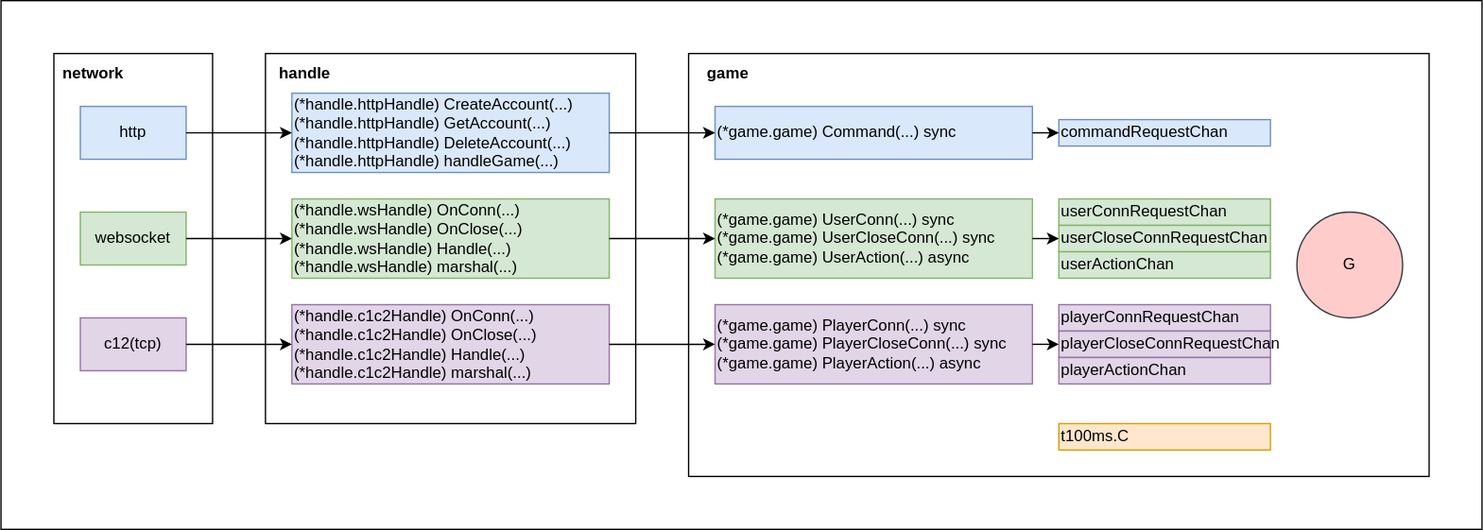
Above: src/server-game/game.drawio.svg in xujintao/balgass (draw.io), before the change. Source tidied: cells renumbered, new cells last; positions are measured from the earlier drawing's top-left corner, leaving out a move shared by most shapes.
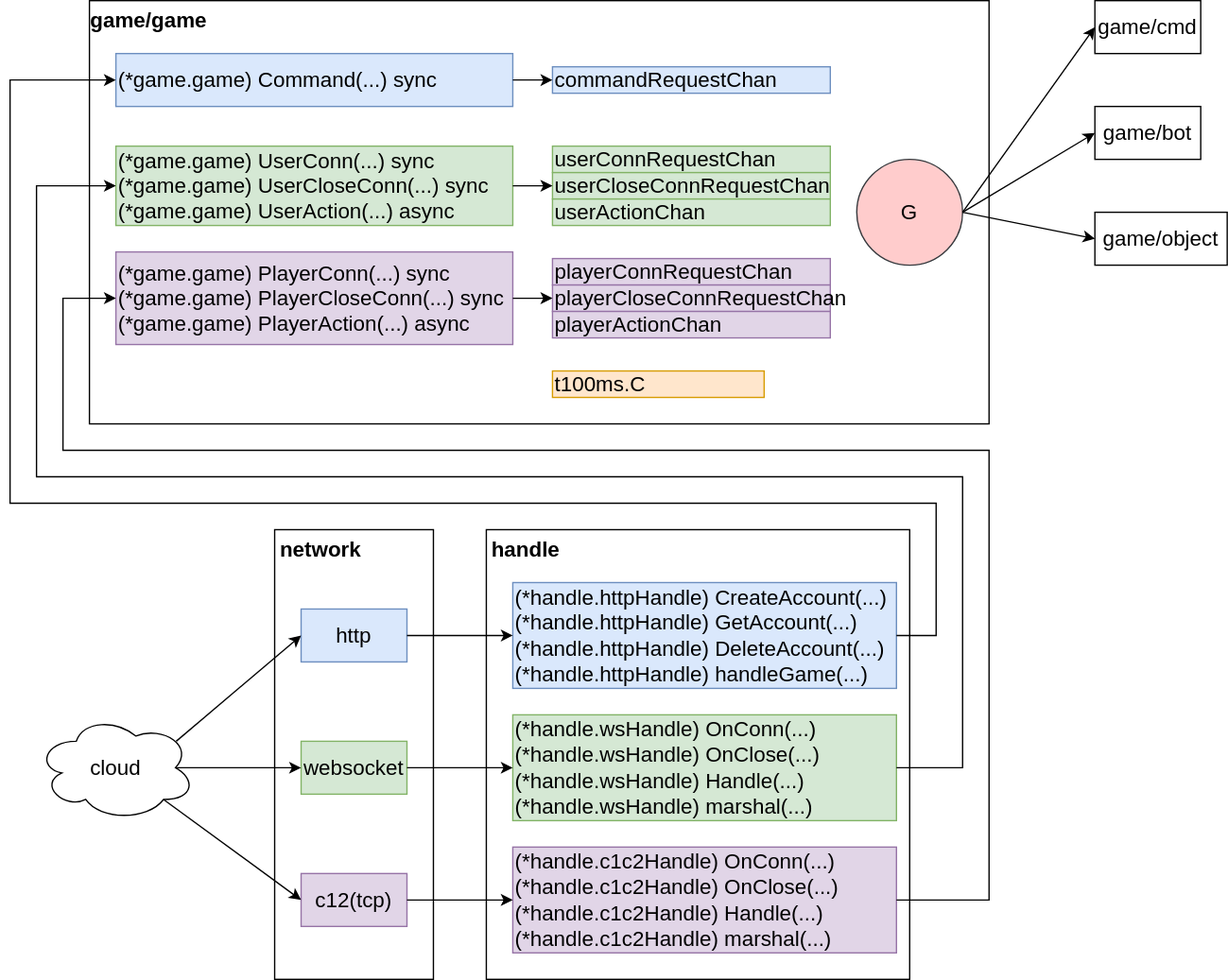
After the change.

Commit message:
server-game/chore: update drawio files

Change to the diagram source:
```diff
@@ -2,107 +2,157 @@
   <root>
     <mxCell id="0" />
     <mxCell id="1" parent="0" />
-    <mxCell id="2" style="rounded=0;whiteSpace=wrap;html=1;fillColor=none;" parent="1" vertex="1">
-      <mxGeometry width="1120" height="400" as="geometry" />
-    </mxCell>
-    <mxCell id="3" style="rounded=0;whiteSpace=wrap;html=1;" parent="1" vertex="1">
-      <mxGeometry x="520" y="40" width="560" height="320" as="geometry" />
+    <mxCell id="3" style="rounded=0;whiteSpace=wrap;html=1;fontSize=16;fontStyle=0;fillColor=none;" parent="1" vertex="1">
+      <mxGeometry x="95" y="-150" width="680" height="320" as="geometry" />
     </mxCell>
-    <mxCell id="4" style="rounded=0;whiteSpace=wrap;html=1;" parent="1" vertex="1">
-      <mxGeometry x="200" y="40" width="280" height="280" as="geometry" />
+    <mxCell id="4" style="rounded=0;whiteSpace=wrap;html=1;fontSize=16;fontStyle=0;fillColor=none;" parent="1" vertex="1">
+      <mxGeometry x="395" y="250" width="320" height="340" as="geometry" />
     </mxCell>
-    <mxCell id="5" style="rounded=0;whiteSpace=wrap;html=1;" parent="1" vertex="1">
-      <mxGeometry x="40" y="40" width="120" height="280" as="geometry" />
+    <mxCell id="5" style="rounded=0;whiteSpace=wrap;html=1;fontSize=16;fontStyle=0;fillColor=none;" parent="1" vertex="1">
+      <mxGeometry x="235" y="250" width="120" height="340" as="geometry" />
     </mxCell>
-    <mxCell id="6" value="http" style="rounded=0;whiteSpace=wrap;html=1;fillColor=#dae8fc;strokeColor=#6c8ebf;" parent="1" vertex="1">
-      <mxGeometry x="60" y="80" width="80" height="40" as="geometry" />
+    <mxCell id="6" value="http" style="rounded=0;whiteSpace=wrap;html=1;fillColor=#dae8fc;strokeColor=#6c8ebf;fontSize=16;fontStyle=0;" parent="1" vertex="1">
+      <mxGeometry x="255" y="310" width="80" height="40" as="geometry" />
     </mxCell>
-    <mxCell id="7" value="websocket" style="rounded=0;whiteSpace=wrap;html=1;fillColor=#d5e8d4;strokeColor=#82b366;" parent="1" vertex="1">
-      <mxGeometry x="60" y="160" width="80" height="40" as="geometry" />
+    <mxCell id="7" value="websocket" style="rounded=0;whiteSpace=wrap;html=1;fillColor=#d5e8d4;strokeColor=#82b366;fontSize=16;fontStyle=0;" parent="1" vertex="1">
+      <mxGeometry x="255" y="410" width="80" height="40" as="geometry" />
     </mxCell>
-    <mxCell id="8" value="c12(tcp)" style="rounded=0;whiteSpace=wrap;html=1;fillColor=#e1d5e7;strokeColor=#9673a6;" parent="1" vertex="1">
-      <mxGeometry x="60" y="240" width="80" height="40" as="geometry" />
+    <mxCell id="8" value="c12(tcp)" style="rounded=0;whiteSpace=wrap;html=1;fillColor=#e1d5e7;strokeColor=#9673a6;fontSize=16;fontStyle=0;" parent="1" vertex="1">
+      <mxGeometry x="255" y="510" width="80" height="40" as="geometry" />
     </mxCell>
-    <mxCell id="9" value="(*handle.httpHandle) CreateAccount(...)&lt;div&gt;(*handle.httpHandle) GetAccount(...)&lt;/div&gt;&lt;div&gt;(*handle.httpHandle) DeleteAccount(...)&lt;/div&gt;&lt;div&gt;(*handle.httpHandle) handleGame(...)&lt;/div&gt;" style="rounded=0;whiteSpace=wrap;html=1;align=left;fillColor=#dae8fc;strokeColor=#6c8ebf;" parent="1" vertex="1">
-      <mxGeometry x="220" y="70" width="240" height="60" as="geometry" />
+    <mxCell id="9" value="(*handle.httpHandle) CreateAccount(...)&lt;div&gt;(*handle.httpHandle) GetAccount(...)&lt;/div&gt;&lt;div&gt;(*handle.httpHandle) DeleteAccount(...)&lt;/div&gt;&lt;div&gt;(*handle.httpHandle) handleGame(...)&lt;/div&gt;" style="rounded=0;whiteSpace=wrap;html=1;align=left;fillColor=#dae8fc;strokeColor=#6c8ebf;fontSize=16;fontStyle=0;" parent="1" vertex="1">
+      <mxGeometry x="415" y="290" width="290" height="80" as="geometry" />
     </mxCell>
-    <mxCell id="10" value="&lt;div&gt;(*handle.wsHandle) OnConn(...)&lt;/div&gt;&lt;div&gt;(*handle.wsHandle) OnClose(...)&lt;/div&gt;&lt;div&gt;(*handle.wsHandle) Handle(...)&lt;/div&gt;&lt;div&gt;(*handle.wsHandle) marshal(...)&lt;/div&gt;" style="rounded=0;whiteSpace=wrap;html=1;align=left;fillColor=#d5e8d4;strokeColor=#82b366;" parent="1" vertex="1">
-      <mxGeometry x="220" y="150" width="240" height="60" as="geometry" />
+    <mxCell id="10" value="&lt;div&gt;(*handle.wsHandle) OnConn(...)&lt;/div&gt;&lt;div&gt;(*handle.wsHandle) OnClose(...)&lt;/div&gt;&lt;div&gt;(*handle.wsHandle) Handle(...)&lt;/div&gt;&lt;div&gt;(*handle.wsHandle) marshal(...)&lt;/div&gt;" style="rounded=0;whiteSpace=wrap;html=1;align=left;fillColor=#d5e8d4;strokeColor=#82b366;fontSize=16;fontStyle=0;" parent="1" vertex="1">
+      <mxGeometry x="415" y="390" width="290" height="80" as="geometry" />
     </mxCell>
-    <mxCell id="11" value="&lt;div&gt;(*handle.c1c2Handle) OnConn(...)&lt;/div&gt;&lt;div&gt;&lt;div&gt;(*handle.c1c2Handle) OnClose(...)&lt;/div&gt;&lt;/div&gt;&lt;div&gt;(*handle.c1c2Handle) Handle(...)&lt;/div&gt;&lt;div&gt;&lt;div&gt;&lt;span style=&quot;background-color: transparent; color: light-dark(rgb(0, 0, 0), rgb(255, 255, 255));&quot;&gt;(*handle.c1c2Handle) marshal(...)&lt;/span&gt;&lt;/div&gt;&lt;/div&gt;" style="rounded=0;whiteSpace=wrap;html=1;align=left;fillColor=#e1d5e7;strokeColor=#9673a6;" parent="1" vertex="1">
-      <mxGeometry x="220" y="230" width="240" height="60" as="geometry" />
+    <mxCell id="11" value="&lt;div&gt;(*handle.c1c2Handle) OnConn(...)&lt;/div&gt;&lt;div&gt;&lt;div&gt;(*handle.c1c2Handle) OnClose(...)&lt;/div&gt;&lt;/div&gt;&lt;div&gt;(*handle.c1c2Handle) Handle(...)&lt;/div&gt;&lt;div&gt;&lt;div&gt;&lt;span style=&quot;background-color: transparent; color: light-dark(rgb(0, 0, 0), rgb(255, 255, 255));&quot;&gt;(*handle.c1c2Handle) marshal(...)&lt;/span&gt;&lt;/div&gt;&lt;/div&gt;" style="rounded=0;whiteSpace=wrap;html=1;align=left;fillColor=#e1d5e7;strokeColor=#9673a6;fontSize=16;fontStyle=0;" parent="1" vertex="1">
+      <mxGeometry x="415" y="490" width="290" height="80" as="geometry" />
     </mxCell>
-    <mxCell id="12" value="network" style="text;html=1;whiteSpace=wrap;strokeColor=none;fillColor=none;align=center;verticalAlign=middle;rounded=0;fontStyle=1;" parent="1" vertex="1">
-      <mxGeometry x="40" y="40" width="60" height="30" as="geometry" />
+    <mxCell id="12" value="network" style="text;html=1;whiteSpace=wrap;strokeColor=none;fillColor=none;align=center;verticalAlign=middle;rounded=0;fontStyle=1;fontSize=16;" parent="1" vertex="1">
+      <mxGeometry x="235" y="250" width="70" height="30" as="geometry" />
     </mxCell>
-    <mxCell id="13" value="handle" style="text;html=1;whiteSpace=wrap;strokeColor=none;fillColor=none;align=center;verticalAlign=middle;rounded=0;fontStyle=1;" parent="1" vertex="1">
-      <mxGeometry x="200" y="40" width="60" height="30" as="geometry" />
+    <mxCell id="13" value="handle" style="text;html=1;whiteSpace=wrap;strokeColor=none;fillColor=none;align=center;verticalAlign=middle;rounded=0;fontStyle=1;fontSize=16;" parent="1" vertex="1">
+      <mxGeometry x="395" y="250" width="60" height="30" as="geometry" />
     </mxCell>
-    <mxCell id="14" value="(*game.game) Command(...) sync" style="rounded=0;whiteSpace=wrap;html=1;align=left;fillColor=#dae8fc;strokeColor=#6c8ebf;" parent="1" vertex="1">
-      <mxGeometry x="540" y="80" width="240" height="40" as="geometry" />
+    <mxCell id="14" value="(*game.game) Command(...) sync" style="rounded=0;whiteSpace=wrap;html=1;align=left;fillColor=#dae8fc;strokeColor=#6c8ebf;fontSize=16;fontStyle=0;" parent="1" vertex="1">
+      <mxGeometry x="115" y="-110" width="300" height="40" as="geometry" />
     </mxCell>
-    <mxCell id="15" value="(*game.game) UserConn(...) sync&lt;div&gt;(*game.game) UserCloseConn(...) sync&lt;/div&gt;&lt;div&gt;(*game.game) UserAction(...) async&lt;/div&gt;" style="rounded=0;whiteSpace=wrap;html=1;align=left;fillColor=#d5e8d4;strokeColor=#82b366;" parent="1" vertex="1">
-      <mxGeometry x="540" y="150" width="240" height="60" as="geometry" />
+    <mxCell id="15" value="(*game.game) UserConn(...) sync&lt;div&gt;(*game.game) UserCloseConn(...) sync&lt;/div&gt;&lt;div&gt;(*game.game) UserAction(...) async&lt;/div&gt;" style="rounded=0;whiteSpace=wrap;html=1;align=left;fillColor=#d5e8d4;strokeColor=#82b366;fontSize=16;fontStyle=0;" parent="1" vertex="1">
+      <mxGeometry x="115" y="-40" width="300" height="60" as="geometry" />
     </mxCell>
-    <mxCell id="16" value="(*game.game) PlayerConn(...) sync&lt;div&gt;(*game.game) PlayerCloseConn(...) sync&lt;/div&gt;&lt;div&gt;(*game.game) PlayerAction(...) async&lt;/div&gt;" style="rounded=0;whiteSpace=wrap;html=1;align=left;fillColor=#e1d5e7;strokeColor=#9673a6;" parent="1" vertex="1">
-      <mxGeometry x="540" y="230" width="240" height="60" as="geometry" />
+    <mxCell id="16" value="(*game.game) PlayerConn(...) sync&lt;div&gt;(*game.game) PlayerCloseConn(...) sync&lt;/div&gt;&lt;div&gt;(*game.game) PlayerAction(...) async&lt;/div&gt;" style="rounded=0;whiteSpace=wrap;html=1;align=left;fillColor=#e1d5e7;strokeColor=#9673a6;fontSize=16;fontStyle=0;" parent="1" vertex="1">
+      <mxGeometry x="115" y="40" width="300" height="70" as="geometry" />
     </mxCell>
-    <mxCell id="17" value="game" style="text;html=1;whiteSpace=wrap;strokeColor=none;fillColor=none;align=center;verticalAlign=middle;rounded=0;fontStyle=1;" parent="1" vertex="1">
-      <mxGeometry x="520" y="40" width="60" height="30" as="geometry" />
+    <mxCell id="17" value="game/game" style="text;html=1;whiteSpace=wrap;strokeColor=none;fillColor=none;align=center;verticalAlign=middle;rounded=0;fontStyle=1;fontSize=16;" parent="1" vertex="1">
+      <mxGeometry x="105" y="-150" width="70" height="30" as="geometry" />
     </mxCell>
-    <mxCell id="18" value="commandRequestChan" style="rounded=0;whiteSpace=wrap;html=1;align=left;fillColor=#dae8fc;strokeColor=#6c8ebf;" parent="1" vertex="1">
-      <mxGeometry x="800" y="90" width="160" height="20" as="geometry" />
+    <mxCell id="18" value="commandRequestChan" style="rounded=0;whiteSpace=wrap;html=1;align=left;fillColor=#dae8fc;strokeColor=#6c8ebf;fontSize=16;fontStyle=0;" parent="1" vertex="1">
+      <mxGeometry x="445" y="-100" width="210" height="20" as="geometry" />
     </mxCell>
-    <mxCell id="19" value="userConnRequestChan" style="rounded=0;whiteSpace=wrap;html=1;align=left;fillColor=#d5e8d4;strokeColor=#82b366;" parent="1" vertex="1">
-      <mxGeometry x="800" y="150" width="160" height="20" as="geometry" />
+    <mxCell id="19" value="userConnRequestChan" style="rounded=0;whiteSpace=wrap;html=1;align=left;fillColor=#d5e8d4;strokeColor=#82b366;fontSize=16;fontStyle=0;" parent="1" vertex="1">
+      <mxGeometry x="445" y="-40" width="210" height="20" as="geometry" />
     </mxCell>
-    <mxCell id="20" value="userCloseConnRequestChan" style="rounded=0;whiteSpace=wrap;html=1;align=left;fillColor=#d5e8d4;strokeColor=#82b366;" parent="1" vertex="1">
-      <mxGeometry x="800" y="170" width="160" height="20" as="geometry" />
+    <mxCell id="20" value="userCloseConnRequestChan" style="rounded=0;whiteSpace=wrap;html=1;align=left;fillColor=#d5e8d4;strokeColor=#82b366;fontSize=16;fontStyle=0;" parent="1" vertex="1">
+      <mxGeometry x="445" y="-20" width="210" height="20" as="geometry" />
     </mxCell>
-    <mxCell id="21" value="userActionChan" style="rounded=0;whiteSpace=wrap;html=1;align=left;fillColor=#d5e8d4;strokeColor=#82b366;" parent="1" vertex="1">
-      <mxGeometry x="800" y="190" width="160" height="20" as="geometry" />
+    <mxCell id="21" value="userActionChan" style="rounded=0;whiteSpace=wrap;html=1;align=left;fillColor=#d5e8d4;strokeColor=#82b366;fontSize=16;fontStyle=0;" parent="1" vertex="1">
+      <mxGeometry x="445" width="210" height="20" as="geometry" />
     </mxCell>
-    <mxCell id="22" value="playerConnRequestChan" style="rounded=0;whiteSpace=wrap;html=1;align=left;fillColor=#e1d5e7;strokeColor=#9673a6;" parent="1" vertex="1">
-      <mxGeometry x="800" y="230" width="160" height="20" as="geometry" />
+    <mxCell id="22" value="playerConnRequestChan" style="rounded=0;whiteSpace=wrap;html=1;align=left;fillColor=#e1d5e7;strokeColor=#9673a6;fontSize=16;fontStyle=0;" parent="1" vertex="1">
+      <mxGeometry x="445" y="45" width="210" height="20" as="geometry" />
     </mxCell>
-    <mxCell id="23" value="playerCloseConnRequestChan" style="rounded=0;whiteSpace=wrap;html=1;align=left;fillColor=#e1d5e7;strokeColor=#9673a6;" parent="1" vertex="1">
-      <mxGeometry x="800" y="250" width="160" height="20" as="geometry" />
+    <mxCell id="23" value="playerCloseConnRequestChan" style="rounded=0;whiteSpace=wrap;html=1;align=left;fillColor=#e1d5e7;strokeColor=#9673a6;fontSize=16;fontStyle=0;" parent="1" vertex="1">
+      <mxGeometry x="445" y="65" width="210" height="20" as="geometry" />
     </mxCell>
-    <mxCell id="24" value="playerActionChan" style="rounded=0;whiteSpace=wrap;html=1;align=left;fillColor=#e1d5e7;strokeColor=#9673a6;" parent="1" vertex="1">
-      <mxGeometry x="800" y="270" width="160" height="20" as="geometry" />
+    <mxCell id="24" value="playerActionChan" style="rounded=0;whiteSpace=wrap;html=1;align=left;fillColor=#e1d5e7;strokeColor=#9673a6;fontSize=16;fontStyle=0;" parent="1" vertex="1">
+      <mxGeometry x="445" y="85" width="210" height="20" as="geometry" />
     </mxCell>
-    <mxCell id="25" value="t100ms.C" style="rounded=0;whiteSpace=wrap;html=1;align=left;fillColor=#ffe6cc;strokeColor=#d79b00;" parent="1" vertex="1">
-      <mxGeometry x="800" y="320" width="160" height="20" as="geometry" />
+    <mxCell id="25" value="t100ms.C" style="rounded=0;whiteSpace=wrap;html=1;align=left;fillColor=#ffe6cc;strokeColor=#d79b00;fontSize=16;fontStyle=0;" parent="1" vertex="1">
+      <mxGeometry x="445" y="130" width="160" height="20" as="geometry" />
     </mxCell>
-    <mxCell id="26" value="G" style="ellipse;whiteSpace=wrap;html=1;fillColor=#ffcccc;strokeColor=#36393d;" parent="1" vertex="1">
-      <mxGeometry x="980" y="160" width="80" height="80" as="geometry" />
+    <mxCell id="26" value="G" style="ellipse;whiteSpace=wrap;html=1;fillColor=#ffcccc;strokeColor=#36393d;fontSize=16;fontStyle=0;" parent="1" vertex="1">
+      <mxGeometry x="675" y="-30" width="80" height="80" as="geometry" />
     </mxCell>
-    <mxCell id="27" style="endArrow=classic;html=1;rounded=0;exitX=1;exitY=0.5;exitDx=0;exitDy=0;entryX=0;entryY=0.5;entryDx=0;entryDy=0;" parent="1" edge="1" source="6" target="9">
+    <mxCell id="27" style="endArrow=classic;html=1;rounded=0;exitX=1;exitY=0.5;exitDx=0;exitDy=0;entryX=0;entryY=0.5;entryDx=0;entryDy=0;fontSize=16;fontStyle=0;" parent="1" edge="1" source="6" target="9">
       <mxGeometry relative="1" as="geometry" />
     </mxCell>
-    <mxCell id="28" style="endArrow=classic;html=1;rounded=0;exitX=1;exitY=0.5;exitDx=0;exitDy=0;" parent="1" edge="1" source="9" target="14">
-      <mxGeometry relative="1" as="geometry" />
+    <mxCell id="28" style="endArrow=classic;html=1;rounded=0;exitX=1;exitY=0.5;exitDx=0;exitDy=0;entryX=0;entryY=0.5;entryDx=0;entryDy=0;fontSize=16;fontStyle=0;" parent="1" edge="1" source="9" target="14">
+      <mxGeometry relative="1" as="geometry">
+        <Array as="points">
+          <mxPoint x="735" y="330" />
+          <mxPoint x="735" y="230" />
+          <mxPoint x="35" y="230" />
+          <mxPoint x="35" y="-90" />
+        </Array>
+      </mxGeometry>
     </mxCell>
-    <mxCell id="29" style="endArrow=classic;html=1;rounded=0;entryX=0;entryY=0.5;entryDx=0;entryDy=0;exitX=1;exitY=0.5;exitDx=0;exitDy=0;" parent="1" edge="1" source="14" target="18">
+    <mxCell id="29" style="endArrow=classic;html=1;rounded=0;entryX=0;entryY=0.5;entryDx=0;entryDy=0;exitX=1;exitY=0.5;exitDx=0;exitDy=0;fontSize=16;fontStyle=0;" parent="1" edge="1" source="14" target="18">
       <mxGeometry relative="1" as="geometry" />
     </mxCell>
-    <mxCell id="30" style="endArrow=classic;html=1;rounded=0;exitX=1;exitY=0.5;exitDx=0;exitDy=0;entryX=0;entryY=0.5;entryDx=0;entryDy=0;" parent="1" edge="1" source="7" target="10">
+    <mxCell id="30" style="endArrow=classic;html=1;rounded=0;exitX=1;exitY=0.5;exitDx=0;exitDy=0;entryX=0;entryY=0.5;entryDx=0;entryDy=0;fontSize=16;fontStyle=0;" parent="1" edge="1" source="7" target="10">
       <mxGeometry relative="1" as="geometry" />
     </mxCell>
-    <mxCell id="31" style="endArrow=classic;html=1;rounded=0;exitX=1;exitY=0.5;exitDx=0;exitDy=0;entryX=0;entryY=0.5;entryDx=0;entryDy=0;" parent="1" edge="1" source="10" target="15">
-      <mxGeometry relative="1" as="geometry" />
-    </mxCell>
-    <mxCell id="32" style="endArrow=classic;html=1;rounded=0;entryX=0;entryY=0.5;entryDx=0;entryDy=0;exitX=1;exitY=0.5;exitDx=0;exitDy=0;" parent="1" edge="1" source="15" target="20">
+    <mxCell id="32" style="endArrow=classic;html=1;rounded=0;entryX=0;entryY=0.5;entryDx=0;entryDy=0;exitX=1;exitY=0.5;exitDx=0;exitDy=0;fontSize=16;fontStyle=0;" parent="1" edge="1" source="15" target="20">
       <mxGeometry relative="1" as="geometry" />
     </mxCell>
-    <mxCell id="33" style="endArrow=classic;html=1;rounded=0;exitX=1;exitY=0.5;exitDx=0;exitDy=0;entryX=0;entryY=0.5;entryDx=0;entryDy=0;" parent="1" edge="1" source="8" target="11">
+    <mxCell id="33" style="endArrow=classic;html=1;rounded=0;exitX=1;exitY=0.5;exitDx=0;exitDy=0;entryX=0;entryY=0.5;entryDx=0;entryDy=0;fontSize=16;fontStyle=0;" parent="1" edge="1" source="8" target="11">
       <mxGeometry relative="1" as="geometry" />
     </mxCell>
+    <mxCell id="35" style="endArrow=classic;html=1;rounded=0;entryX=0;entryY=0.5;entryDx=0;entryDy=0;exitX=1;exitY=0.5;exitDx=0;exitDy=0;fontSize=16;fontStyle=0;" parent="1" edge="1" source="16" target="23">
+      <mxGeometry relative="1" as="geometry" />
+    </mxCell>
+    <mxCell id="31" style="endArrow=classic;html=1;rounded=0;exitX=1;exitY=0.5;exitDx=0;exitDy=0;entryX=0;entryY=0.5;entryDx=0;entryDy=0;fontSize=16;fontStyle=0;" parent="1" edge="1" source="10" target="15">
+      <mxGeometry relative="1" as="geometry">
+        <Array as="points">
+          <mxPoint x="755" y="430" />
+          <mxPoint x="755" y="210" />
+          <mxPoint x="55" y="210" />
+          <mxPoint x="55" y="-10" />
+        </Array>
+      </mxGeometry>
+    </mxCell>
-    <mxCell id="34" style="endArrow=classic;html=1;rounded=0;entryX=0;entryY=0.5;entryDx=0;entryDy=0;exitX=1;exitY=0.5;exitDx=0;exitDy=0;" parent="1" edge="1" source="11" target="16">
-      <mxGeometry relative="1" as="geometry" />
+    <mxCell id="34" style="endArrow=classic;html=1;rounded=0;exitX=1;exitY=0.5;exitDx=0;exitDy=0;entryX=0;entryY=0.5;entryDx=0;entryDy=0;fontSize=16;fontStyle=0;" parent="1" edge="1" source="11" target="16">
+      <mxGeometry relative="1" as="geometry">
+        <Array as="points">
+          <mxPoint x="775" y="530" />
+          <mxPoint x="775" y="190" />
+          <mxPoint x="75" y="190" />
+          <mxPoint x="75" y="75" />
+        </Array>
+      </mxGeometry>
     </mxCell>
-    <mxCell id="35" style="endArrow=classic;html=1;rounded=0;entryX=0;entryY=0.5;entryDx=0;entryDy=0;exitX=1;exitY=0.5;exitDx=0;exitDy=0;" parent="1" edge="1" source="16" target="23">
-      <mxGeometry relative="1" as="geometry" />
-    </mxCell>
+    <mxCell id="36" value="game/cmd" style="rounded=0;whiteSpace=wrap;html=1;fontStyle=0;fontSize=16;" parent="1" vertex="1">
+      <mxGeometry x="855" y="-150" width="80" height="40" as="geometry" />
+    </mxCell>
+    <mxCell id="37" value="game/bot" style="rounded=0;whiteSpace=wrap;html=1;fontStyle=0;fontSize=16;" parent="1" vertex="1">
+      <mxGeometry x="855" y="-70" width="80" height="40" as="geometry" />
+    </mxCell>
+    <mxCell id="38" value="game/object" style="rounded=0;whiteSpace=wrap;html=1;fontStyle=0;fontSize=16;" parent="1" vertex="1">
+      <mxGeometry x="855" y="10" width="100" height="40" as="geometry" />
+    </mxCell>
+    <mxCell id="39" style="endArrow=classic;html=1;rounded=0;entryX=0;entryY=0.5;entryDx=0;entryDy=0;exitX=1;exitY=0.5;exitDx=0;exitDy=0;fontSize=16;" parent="1" edge="1" source="26" target="36">
+      <mxGeometry relative="1" as="geometry" />
+    </mxCell>
+    <mxCell id="40" style="endArrow=classic;html=1;rounded=0;entryX=0;entryY=0.5;entryDx=0;entryDy=0;fontSize=16;" parent="1" edge="1" target="37">
+      <mxGeometry relative="1" as="geometry">
+        <mxPoint x="755" y="10" as="sourcePoint" />
+      </mxGeometry>
+    </mxCell>
+    <mxCell id="41" style="endArrow=classic;html=1;rounded=0;entryX=0;entryY=0.5;entryDx=0;entryDy=0;exitX=1;exitY=0.5;exitDx=0;exitDy=0;fontSize=16;" parent="1" edge="1" source="26" target="38">
+      <mxGeometry relative="1" as="geometry" />
+    </mxCell>
+    <mxCell id="42" value="cloud" style="ellipse;shape=cloud;whiteSpace=wrap;html=1;fontSize=16;" parent="1" vertex="1">
+      <mxGeometry x="55" y="390" width="120" height="80" as="geometry" />
+    </mxCell>
+    <mxCell id="43" style="endArrow=classic;html=1;rounded=0;entryX=0;entryY=0.5;entryDx=0;entryDy=0;exitX=0.88;exitY=0.25;exitDx=0;exitDy=0;exitPerimeter=0;fontSize=16;" parent="1" edge="1" source="42" target="6">
+      <mxGeometry relative="1" as="geometry" />
+    </mxCell>
+    <mxCell id="44" style="endArrow=classic;html=1;rounded=0;exitX=0.875;exitY=0.5;exitDx=0;exitDy=0;exitPerimeter=0;entryX=0;entryY=0.5;entryDx=0;entryDy=0;fontSize=16;" parent="1" edge="1" source="42" target="7">
+      <mxGeometry relative="1" as="geometry" />
+    </mxCell>
+    <mxCell id="45" style="endArrow=classic;html=1;rounded=0;exitX=0.8;exitY=0.8;exitDx=0;exitDy=0;exitPerimeter=0;entryX=0;entryY=0.5;entryDx=0;entryDy=0;fontSize=16;" parent="1" edge="1" source="42" target="8">
+      <mxGeometry relative="1" as="geometry" />
+    </mxCell>
   </root>
 </mxGraphModel>
```
